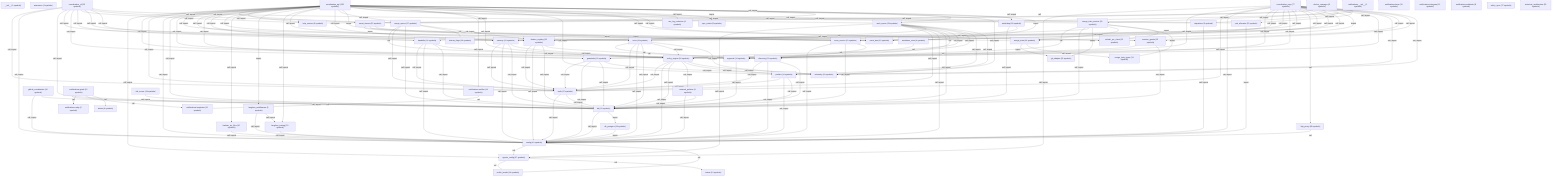
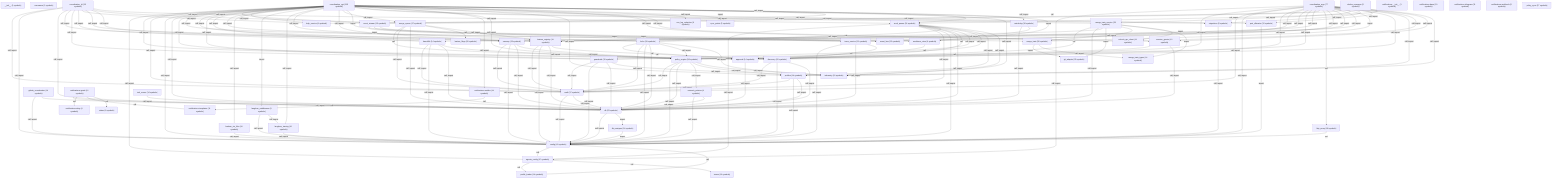
flowchart TB
    __init__["__init__ (1 symbols)"]
    agents_config["agents_config (37 symbols)"]
    approval["approval (14 symbols)"]
    assurance["assurance (1 symbols)"]
    audit["audit (17 symbols)"]
    config["config (43 symbols)"]
    coordination_api["coordination_api (135 symbols)"]
    coordination_cli["coordination_cli (33 symbols)"]
    coordination_mcp["coordination_mcp (77 symbols)"]
    db["db (23 symbols)"]
    db_postgres["db_postgres (14 symbols)"]
    discovery["discovery (20 symbols)"]
    docker_manager["docker_manager (8 symbols)"]
    event_bus["event_bus (22 symbols)"]
    event_stream["event_stream (13 symbols)"]
    feature_flags["feature_flags (26 symbols)"]
    feature_registry["feature_registry (19 symbols)"]
    git_adapter["git_adapter (25 symbols)"]
    github_coordination["github_coordination (16 symbols)"]
    guardrails["guardrails (15 symbols)"]
    handoffs["handoffs (14 symbols)"]
    help_service["help_service (6 symbols)"]
    http_proxy["http_proxy (68 symbols)"]
    issue_service["issue_service (21 symbols)"]
    kanban_viz_files["kanban_viz_files (10 symbols)"]
    langfuse_middleware["langfuse_middleware (5 symbols)"]
    langfuse_tracing["langfuse_tracing (10 symbols)"]
    locks["locks (19 symbols)"]
    memory["memory (13 symbols)"]
    merge_queue["merge_queue (17 symbols)"]
    merge_train["merge_train (30 symbols)"]
    merge_train_service["merge_train_service (29 symbols)"]
    merge_train_types["merge_train_types (14 symbols)"]
    migrations["migrations (5 symbols)"]
    network_policies["network_policies (8 symbols)"]
    notifications____init__["notifications.__init__ (1 symbols)"]
    notifications__base["notifications.base (10 symbols)"]
    notifications__gmail["notifications.gmail (13 symbols)"]
    notifications__notifier["notifications.notifier (14 symbols)"]
    notifications__relay["notifications.relay (6 symbols)"]
    notifications__telegram["notifications.telegram (11 symbols)"]
    notifications__templates["notifications.templates (11 symbols)"]
    notifications__webhook["notifications.webhook (8 symbols)"]
    policy_engine["policy_engine (36 symbols)"]
    policy_sync["policy_sync (17 symbols)"]
    port_allocator["port_allocator (12 symbols)"]
    profile_loader["profile_loader (14 symbols)"]
    profiles["profiles (14 symbols)"]
    refresh_rpc_client["refresh_rpc_client (12 symbols)"]
    risk_scorer["risk_scorer (14 symbols)"]
    session_grants["session_grants (13 symbols)"]
    sse_log_redaction["sse_log_redaction (6 symbols)"]
    status["status (6 symbols)"]
    sync_points["sync_points (5 symbols)"]
    teams["teams (10 symbols)"]
    telemetry["telemetry (20 symbols)"]
-     tests__test_architecture["tests.test_architecture (52 symbols)"]
    watchdog["watchdog (18 symbols)"]
    work_queue["work_queue (24 symbols)"]
    worktrees_view["worktrees_view (4 symbols)"]
    agents_config -->|"call"| profile_loader
    agents_config -->|"call"| teams
    approval -->|"call, import"| db
    audit -->|"call, import"| config
    audit -->|"call, import"| db
    config -->|"call"| agents_config
    config -->|"call"| profile_loader
    coordination_api -->|"call, import"| agents_config
    coordination_api -->|"call, import"| approval
    coordination_api -->|"call, import"| audit
    coordination_api -->|"call, import"| config
    coordination_api -->|"call, import"| db
    coordination_api -->|"call, import"| discovery
    coordination_api -->|"call, import"| event_bus
    coordination_api -->|"call, import"| event_stream
    coordination_api -->|"call, import"| feature_registry
    coordination_api -->|"call, import"| guardrails
    coordination_api -->|"call, import"| handoffs
    coordination_api -->|"call, import"| help_service
    coordination_api -->|"call, import"| issue_service
    coordination_api -->|"call, import"| kanban_viz_files
    coordination_api -->|"import"| langfuse_middleware
    coordination_api -->|"call, import"| langfuse_tracing
    coordination_api -->|"call, import"| locks
    coordination_api -->|"call, import"| memory
    coordination_api -->|"call, import"| merge_queue
    coordination_api -->|"import"| merge_train
    coordination_api -->|"call, import"| merge_train_service
    coordination_api -->|"call, import"| migrations
    coordination_api -->|"call, import"| notifications__notifier
    coordination_api -->|"call, import"| policy_engine
    coordination_api -->|"call, import"| port_allocator
    coordination_api -->|"call, import"| profiles
    coordination_api -->|"call, import"| refresh_rpc_client
    coordination_api -->|"call, import"| session_grants
    coordination_api -->|"call, import"| sse_log_redaction
    coordination_api -->|"import"| sync_points
    coordination_api -->|"call, import"| telemetry
    coordination_api -->|"call, import"| watchdog
    coordination_api -->|"call, import"| work_queue
    coordination_api -->|"import"| worktrees_view
    coordination_cli -->|"call, import"| audit
    coordination_cli -->|"call, import"| config
    coordination_cli -->|"call, import"| db
    coordination_cli -->|"call, import"| feature_registry
    coordination_cli -->|"call, import"| guardrails
    coordination_cli -->|"call, import"| handoffs
    coordination_cli -->|"call, import"| help_service
    coordination_cli -->|"call, import"| locks
    coordination_cli -->|"call, import"| memory
    coordination_cli -->|"call, import"| merge_queue
    coordination_cli -->|"call, import"| work_queue
    coordination_mcp -->|"call, import"| agents_config
    coordination_mcp -->|"call, import"| approval
    coordination_mcp -->|"call, import"| audit
    coordination_mcp -->|"call, import"| config
    coordination_mcp -->|"call, import"| discovery
    coordination_mcp -->|"call, import"| event_bus
    coordination_mcp -->|"call, import"| feature_registry
    coordination_mcp -->|"call, import"| guardrails
    coordination_mcp -->|"call, import"| handoffs
    coordination_mcp -->|"call, import"| help_service
    coordination_mcp -->|"call"| http_proxy
    coordination_mcp -->|"call, import"| issue_service
    coordination_mcp -->|"call, import"| locks
    coordination_mcp -->|"call, import"| memory
    coordination_mcp -->|"call, import"| merge_queue
    coordination_mcp -->|"import"| merge_train
    coordination_mcp -->|"call, import"| merge_train_service
    coordination_mcp -->|"call, import"| migrations
    coordination_mcp -->|"call, import"| policy_engine
    coordination_mcp -->|"call, import"| port_allocator
    coordination_mcp -->|"call, import"| profiles
    coordination_mcp -->|"call, import"| refresh_rpc_client
    coordination_mcp -->|"call, import"| session_grants
    coordination_mcp -->|"call, import"| telemetry
    coordination_mcp -->|"call, import"| work_queue
    db -->|"call, import"| config
    db -->|"import"| db_postgres
    db_postgres -->|"import"| config
    discovery -->|"call, import"| audit
    discovery -->|"call, import"| config
    discovery -->|"call, import"| db
    event_stream -->|"call"| coordination_api
    event_stream -->|"import"| event_bus
    event_stream -->|"import"| issue_service
    event_stream -->|"import"| worktrees_view
    feature_registry -->|"call, import"| audit
    feature_registry -->|"call, import"| config
    feature_registry -->|"call, import"| db
    feature_registry -->|"call"| discovery
    github_coordination -->|"call, import"| config
    github_coordination -->|"call, import"| db
    guardrails -->|"call, import"| audit
    guardrails -->|"call, import"| config
    guardrails -->|"call, import"| db
    guardrails -->|"call, import"| telemetry
    handoffs -->|"call, import"| audit
    handoffs -->|"call, import"| config
    handoffs -->|"call, import"| db
    handoffs -->|"call, import"| policy_engine
    http_proxy -->|"call"| config
    issue_service -->|"call, import"| config
    issue_service -->|"call, import"| db
    issue_service -->|"call"| discovery
    kanban_viz_files -->|"call, import"| config
    langfuse_middleware -->|"call, import"| config
    langfuse_middleware -->|"call, import"| langfuse_tracing
    langfuse_tracing -->|"call, import"| config
    locks -->|"call"| approval
    locks -->|"call, import"| audit
    locks -->|"call, import"| config
    locks -->|"call, import"| db
    locks -->|"call, import"| policy_engine
    locks -->|"call, import"| telemetry
    memory -->|"call, import"| audit
    memory -->|"call, import"| config
    memory -->|"call, import"| db
    memory -->|"call, import"| policy_engine
    merge_queue -->|"call"| approval
    merge_queue -->|"call, import"| audit
    merge_queue -->|"call, import"| db
    merge_queue -->|"call"| feature_flags
    merge_queue -->|"call, import"| feature_registry
    merge_train -->|"import"| git_adapter
    merge_train -->|"call, import"| merge_train_types
    merge_train_service -->|"call"| approval
    merge_train_service -->|"call, import"| db
    merge_train_service -->|"call, import"| feature_registry
    merge_train_service -->|"import"| git_adapter
    merge_train_service -->|"call, import"| merge_train
    merge_train_service -->|"import"| merge_train_types
    merge_train_service -->|"import"| refresh_rpc_client
    migrations -->|"call, import"| config
    network_policies -->|"call, import"| config
    network_policies -->|"call, import"| db
    notifications__gmail -->|"call"| db
    notifications__gmail -->|"call"| notifications__relay
    notifications__gmail -->|"call"| notifications__templates
    notifications__gmail -->|"call"| status
    notifications__notifier -->|"call"| notifications__templates
    policy_engine -->|"call, import"| audit
    policy_engine -->|"call, import"| config
    policy_engine -->|"call, import"| db
    policy_engine -->|"call, import"| network_policies
    policy_engine -->|"call, import"| profiles
    policy_engine -->|"call, import"| telemetry
    port_allocator -->|"import"| config
    profiles -->|"call, import"| audit
    profiles -->|"call, import"| config
    profiles -->|"call, import"| db
    risk_scorer -->|"call, import"| db
    session_grants -->|"call"| approval
    session_grants -->|"call, import"| db
    watchdog -->|"call, import"| db
    watchdog -->|"call, import"| event_bus
    work_queue -->|"call, import"| agents_config
    work_queue -->|"call, import"| audit
    work_queue -->|"call, import"| config
    work_queue -->|"call, import"| db
    work_queue -->|"call"| discovery
    work_queue -->|"call, import"| guardrails
    work_queue -->|"call"| locks
    work_queue -->|"call, import"| policy_engine
    work_queue -->|"call, import"| profiles
    work_queue -->|"call, import"| telemetry
    worktrees_view -->|"call"| approval
